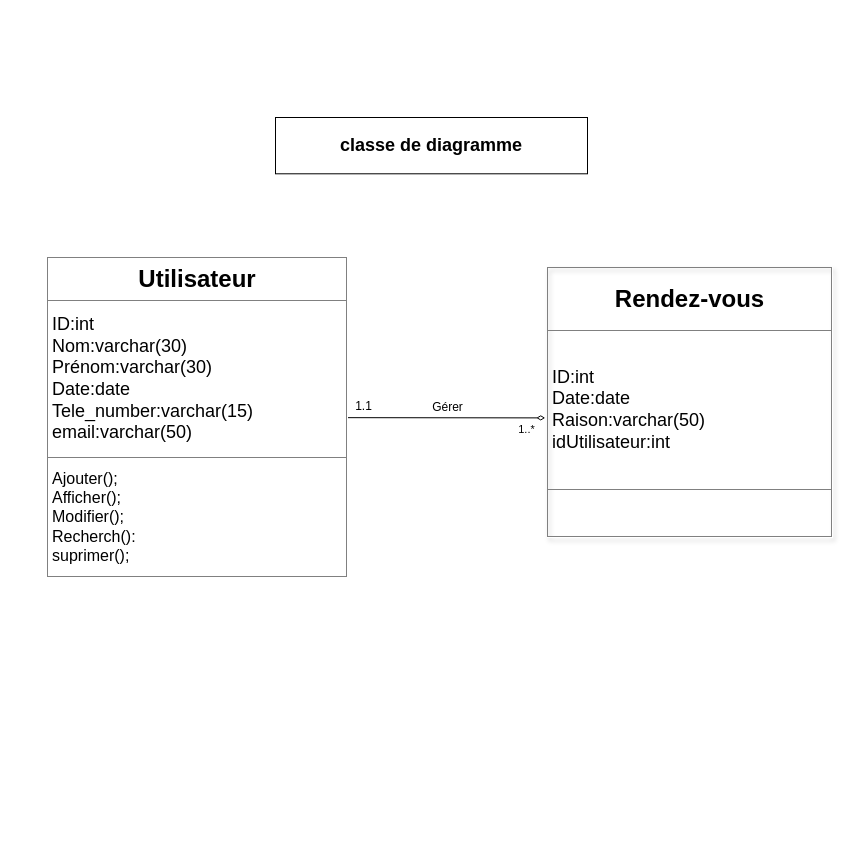
dounya-m/Gestion-Rendez-vous keeps this draw.io diagram as page "Page-2" (2 of 2) of UML/Uml.drawio. Above is the earlier version. Source tidied: cells renumbered, new cells numbered last; positions are measured from the earlier drawing's top-left corner, leaving out a move shared by most shapes. Both pictures are drawn from the tidied source at 100%, with x=0, y=0 at pixel (47, 117).
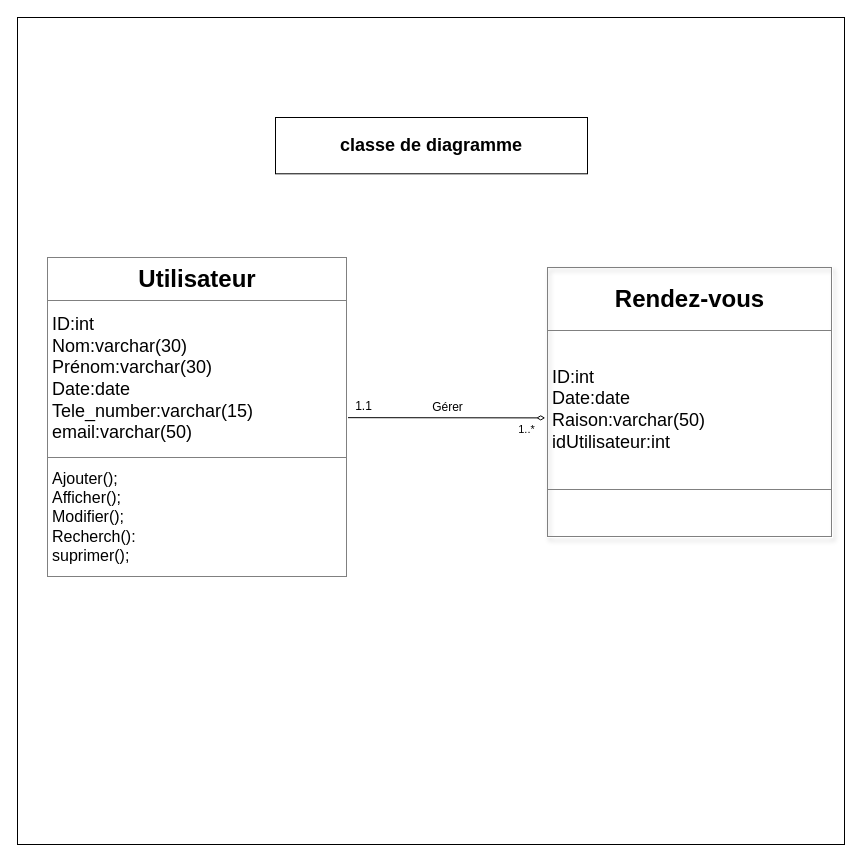
Above is the later version.

Diff of the diagram source:
```diff
@@
 <mxGraphModel>
   <root>
     <mxCell id="0" />
     <mxCell id="1" parent="0" />
+    <mxCell id="9" style="whiteSpace=wrap;html=1;" parent="1" vertex="1">
+      <mxGeometry x="-30" y="-100" width="827" height="827" as="geometry" />
+    </mxCell>
     <mxCell id="2" style="edgeStyle=none;html=1;endArrow=diamondThin;endFill=0;entryX=-0.008;entryY=0.557;entryDx=0;entryDy=0;entryPerimeter=0;" parent="1" edge="1" source="4" target="5">
       <mxGeometry relative="1" as="geometry" />
     </mxCell>
     <mxCell id="3" value="1..*" style="edgeLabel;html=1;align=center;verticalAlign=middle;" parent="2" vertex="1">
       <mxGeometry x="0.49" y="-1" relative="1" as="geometry">
         <mxPoint x="32" y="10" as="offset" />
       </mxGeometry>
     </mxCell>
     <mxCell id="4" value="&lt;table border=&quot;1&quot; width=&quot;100%&quot; cellpadding=&quot;4&quot; style=&quot;width: 100% ; height: 100% ; border-collapse: collapse&quot;&gt;&lt;tbody&gt;&lt;tr&gt;&lt;th align=&quot;center&quot;&gt;&lt;span style=&quot;font-size: 24px&quot;&gt;Utilisateur&lt;/span&gt;&lt;/th&gt;&lt;/tr&gt;&lt;tr&gt;&lt;td&gt;&lt;font style=&quot;font-size: 18px&quot;&gt;ID:int&lt;br&gt;Nom:varchar(30)&lt;br&gt;Prénom:varchar(30)&lt;br&gt;Date:date&lt;br&gt;Tele_number:varchar(15)&lt;br&gt;email:varchar(50)&lt;br&gt;&lt;/font&gt;&lt;/td&gt;&lt;/tr&gt;&lt;tr&gt;&lt;td&gt;&lt;font size=&quot;3&quot;&gt;Ajouter();&lt;br&gt;Afficher();&lt;br&gt;Modifier();&lt;br&gt;Recherch():&lt;br&gt;suprimer();&lt;br&gt;&lt;/font&gt;&lt;/td&gt;&lt;/tr&gt;&lt;/tbody&gt;&lt;/table&gt;" style="text;html=1;strokeColor=#FFFFFF;fillColor=none;overflow=fill;shadow=0;" parent="1" vertex="1">
       <mxGeometry y="140" width="300" height="320" as="geometry" />
     </mxCell>
     <mxCell id="5" value="&lt;table border=&quot;1&quot; width=&quot;100%&quot; cellpadding=&quot;4&quot; style=&quot;width: 100% ; height: 100% ; border-collapse: collapse&quot;&gt;&lt;tbody&gt;&lt;tr&gt;&lt;th align=&quot;center&quot;&gt;&lt;span style=&quot;font-size: 24px&quot;&gt;Rendez-vous&lt;/span&gt;&lt;/th&gt;&lt;/tr&gt;&lt;tr&gt;&lt;td&gt;&lt;font style=&quot;font-size: 18px&quot;&gt;ID:int&lt;br&gt;Date:date&lt;br&gt;Raison:varchar(50)&lt;br&gt;idUtilisateur:int&lt;/font&gt;&lt;/td&gt;&lt;/tr&gt;&lt;tr&gt;&lt;td&gt;&lt;font size=&quot;3&quot;&gt;&lt;br&gt;&lt;/font&gt;&lt;/td&gt;&lt;/tr&gt;&lt;/tbody&gt;&lt;/table&gt;" style="text;html=1;strokeColor=#FFFFFF;fillColor=none;overflow=fill;shadow=1;" parent="1" vertex="1">
       <mxGeometry x="500" y="150" width="285" height="270" as="geometry" />
     </mxCell>
     <mxCell id="6" value="&lt;span style=&quot;font-size: 18px&quot;&gt;&lt;b&gt;classe de diagramme&lt;/b&gt;&lt;/span&gt;" style="rounded=0;whiteSpace=wrap;html=1;" parent="1" vertex="1">
       <mxGeometry x="228" width="312" height="56.3" as="geometry" />
     </mxCell>
     <mxCell id="7" value="1.1" style="text;html=1;align=center;verticalAlign=middle;strokeColor=none;fillColor=none;" parent="1" vertex="1">
       <mxGeometry x="301" y="279" width="30" height="20" as="geometry" />
     </mxCell>
     <mxCell id="8" value="Gérer" style="text;html=1;align=center;verticalAlign=middle;strokeColor=none;fillColor=none;" parent="1" vertex="1">
       <mxGeometry x="375" y="280" width="50" height="20" as="geometry" />
     </mxCell>
   </root>
 </mxGraphModel>
```
